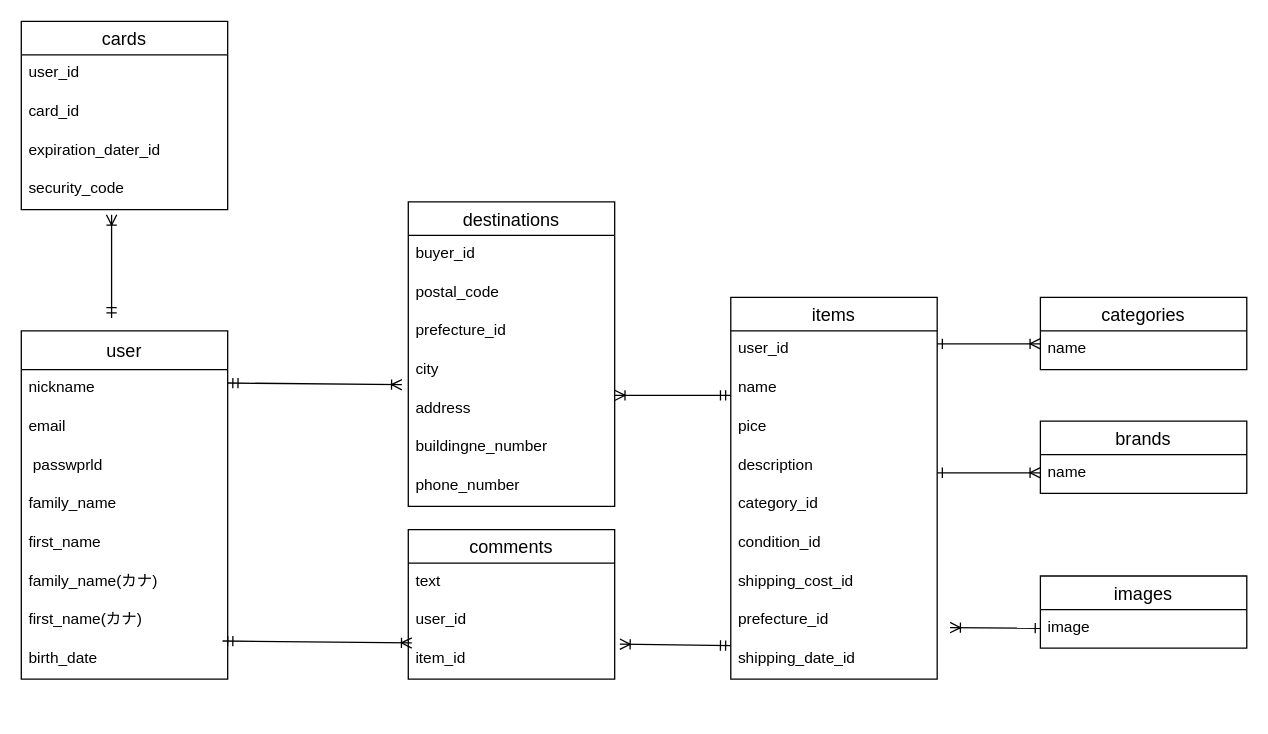
The draw.io diagram furima40335.dio in fujimasa0107/furima40335, before the edit. Source tidied: cells renumbered, new cells numbered last; positions are measured from the earlier drawing's top-left corner, leaving out a move shared by most shapes. Both pictures are drawn from the tidied source at 129%, with x=0, y=0 at pixel (21, 21).
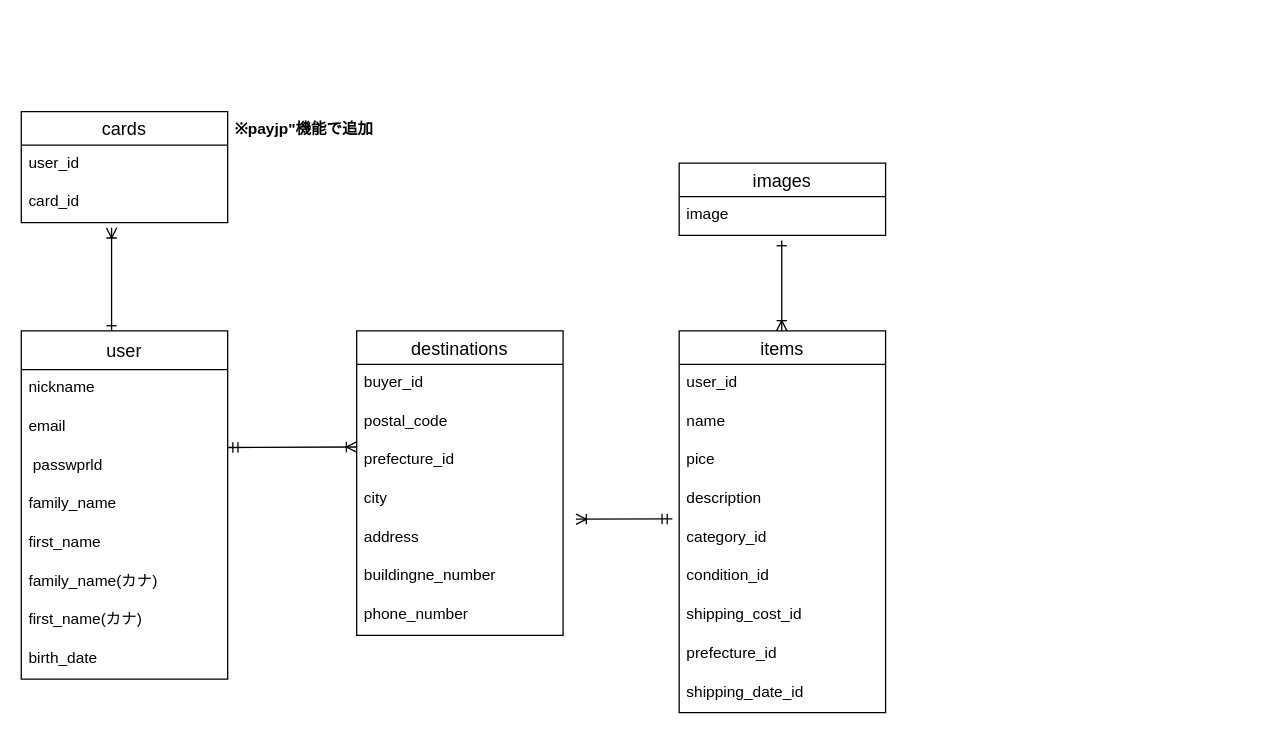
Above is the later version.

Unchanged cells that the change refers to:
```xml
<mxCell id="6" value="city" style="text;strokeColor=none;fillColor=none;spacingLeft=4;spacingRight=4;overflow=hidden;points=[[0,0.5],[1,0.5]];portConstraint=eastwest;fontSize=12;" parent="2" vertex="1">
  <mxGeometry y="116" width="160" height="30" as="geometry" />
</mxCell>
<mxCell id="7" value="address" style="text;strokeColor=none;fillColor=none;spacingLeft=4;spacingRight=4;overflow=hidden;points=[[0,0.5],[1,0.5]];portConstraint=eastwest;fontSize=12;" parent="2" vertex="1">
  <mxGeometry y="146" width="160" height="30" as="geometry" />
</mxCell>
<mxCell id="15" value="category_id" style="text;strokeColor=none;fillColor=none;spacingLeft=4;spacingRight=4;overflow=hidden;points=[[0,0.5],[1,0.5]];portConstraint=eastwest;fontSize=12;" parent="10" vertex="1">
  <mxGeometry y="146" width="160" height="30" as="geometry" />
</mxCell>
<mxCell id="19" value="shipping_date_id&#10;" style="text;strokeColor=none;fillColor=none;spacingLeft=4;spacingRight=4;overflow=hidden;points=[[0,0.5],[1,0.5]];portConstraint=eastwest;fontSize=12;" parent="10" vertex="1">
  <mxGeometry y="266" width="160" height="30" as="geometry" />
</mxCell>
<mxCell id="28" value="birth_date" style="text;strokeColor=none;fillColor=none;spacingLeft=4;spacingRight=4;overflow=hidden;points=[[0,0.5],[1,0.5]];portConstraint=eastwest;fontSize=12;" parent="20" vertex="1">
  <mxGeometry y="240" width="160" height="30" as="geometry" />
</mxCell>
```

Diff of the diagram source:
```diff
@@
     <mxCell id="2" value="destinations" style="swimlane;fontStyle=0;horizontal=1;startSize=26;align=center;fontSize=14;" parent="1" vertex="1">
-      <mxGeometry x="300" y="140" width="160" height="236" as="geometry" />
+      <mxGeometry x="260" y="240" width="160" height="236" as="geometry" />
     </mxCell>
@@
     <mxCell id="10" value="items" style="swimlane;fontStyle=0;horizontal=1;startSize=26;align=center;fontSize=14;" parent="1" vertex="1">
-      <mxGeometry x="550" y="214" width="160" height="296" as="geometry" />
+      <mxGeometry x="510" y="240" width="160" height="296" as="geometry" />
     </mxCell>
@@
-    <mxCell id="29" value="comments" style="swimlane;fontStyle=0;horizontal=1;startSize=26;align=center;fontSize=14;" parent="1" vertex="1">
-      <mxGeometry x="300" y="394" width="160" height="116" as="geometry" />
-    </mxCell>
-    <mxCell id="30" value="text" style="text;strokeColor=none;fillColor=none;spacingLeft=4;spacingRight=4;overflow=hidden;fontSize=12;" parent="29" vertex="1">
-      <mxGeometry y="26" width="160" height="30" as="geometry" />
-    </mxCell>
-    <mxCell id="31" value="user_id" style="text;strokeColor=none;fillColor=none;spacingLeft=4;spacingRight=4;overflow=hidden;fontSize=12;" parent="29" vertex="1">
-      <mxGeometry y="56" width="160" height="30" as="geometry" />
-    </mxCell>
-    <mxCell id="32" value="item_id" style="text;strokeColor=none;fillColor=none;spacingLeft=4;spacingRight=4;overflow=hidden;points=[[0,0.5],[1,0.5]];portConstraint=eastwest;fontSize=12;" parent="29" vertex="1">
-      <mxGeometry y="86" width="160" height="30" as="geometry" />
-    </mxCell>
-    <mxCell id="33" style="fontSize=12;html=1;endArrow=ERoneToMany;startArrow=ERmandOne;exitX=0;exitY=0.133;exitDx=0;exitDy=0;exitPerimeter=0;entryX=1.025;entryY=0.095;entryDx=0;entryDy=0;entryPerimeter=0;" parent="1" edge="1" source="19" target="32">
-      <mxGeometry relative="1" as="geometry" />
-    </mxCell>
-    <mxCell id="34" style="fontSize=12;html=1;endArrow=ERoneToMany;startArrow=ERmandOne;strokeColor=default;endSize=6;jumpSize=6;exitX=0.975;exitY=0.013;exitDx=0;exitDy=0;exitPerimeter=0;entryX=0.017;entryY=0.064;entryDx=0;entryDy=0;entryPerimeter=0;" parent="1" edge="1" source="28" target="32">
-      <mxGeometry relative="1" as="geometry" />
-    </mxCell>
     <mxCell id="35" value="cards" style="swimlane;fontStyle=0;horizontal=1;startSize=26;align=center;fontSize=14;" parent="1" vertex="1">
-      <mxGeometry width="160" height="146" as="geometry" />
+      <mxGeometry y="70" width="160" height="86" as="geometry" />
     </mxCell>
@@
-    <mxCell id="38" value="expiration_dater_id" style="text;strokeColor=none;fillColor=none;spacingLeft=4;spacingRight=4;overflow=hidden;fontSize=12;" parent="35" vertex="1">
-      <mxGeometry y="86" width="160" height="30" as="geometry" />
-    </mxCell>
-    <mxCell id="39" value="security_code" style="text;strokeColor=none;fillColor=none;spacingLeft=4;spacingRight=4;overflow=hidden;fontSize=12;" parent="35" vertex="1">
-      <mxGeometry y="116" width="160" height="30" as="geometry" />
-    </mxCell>
-    <mxCell id="40" value="categories" style="swimlane;fontStyle=0;horizontal=1;startSize=26;align=center;fontSize=14;" parent="1" vertex="1">
-      <mxGeometry x="790" y="214" width="160" height="56" as="geometry" />
-    </mxCell>
-    <mxCell id="41" value="name" style="text;strokeColor=none;fillColor=none;spacingLeft=4;spacingRight=4;overflow=hidden;fontSize=12;" parent="40" vertex="1">
-      <mxGeometry y="26" width="160" height="30" as="geometry" />
-    </mxCell>
     <mxCell id="42" value="images" style="swimlane;fontStyle=0;horizontal=1;startSize=26;align=center;fontSize=14;" parent="1" vertex="1">
-      <mxGeometry x="790" y="430" width="160" height="56" as="geometry" />
+      <mxGeometry x="510" y="110" width="160" height="56" as="geometry" />
     </mxCell>
@@
-    <mxCell id="44" style="fontSize=12;html=1;endArrow=ERoneToMany;strokeColor=default;endSize=6;jumpSize=6;startArrow=ERone;startFill=0;endFill=0;" parent="1" edge="1">
-      <mxGeometry relative="1" as="geometry">
-        <mxPoint x="710" y="250" as="sourcePoint" />
-        <mxPoint x="790" y="250" as="targetPoint" />
-        <Array as="points">
-          <mxPoint x="740" y="250" />
-        </Array>
-      </mxGeometry>
-    </mxCell>
     <mxCell id="45" style="fontSize=12;html=1;endArrow=ERone;strokeColor=default;endSize=6;jumpSize=6;endFill=0;startArrow=ERoneToMany;startFill=0;" parent="1" edge="1">
       <mxGeometry relative="1" as="geometry">
-        <mxPoint x="720" y="470" as="sourcePoint" />
-        <mxPoint x="790" y="470.5" as="targetPoint" />
+        <mxPoint x="589.5" y="240" as="sourcePoint" />
+        <mxPoint x="589.5" y="170" as="targetPoint" />
       </mxGeometry>
     </mxCell>
-    <mxCell id="46" value="brands" style="swimlane;fontStyle=0;horizontal=1;startSize=26;align=center;fontSize=14;" parent="1" vertex="1">
-      <mxGeometry x="790" y="310" width="160" height="56" as="geometry" />
-    </mxCell>
-    <mxCell id="47" value="name" style="text;strokeColor=none;fillColor=none;spacingLeft=4;spacingRight=4;overflow=hidden;fontSize=12;" parent="46" vertex="1">
-      <mxGeometry y="26" width="160" height="30" as="geometry" />
-    </mxCell>
-    <mxCell id="48" style="fontSize=12;html=1;endArrow=ERoneToMany;startArrow=ERmandOne;entryX=1;entryY=0.133;entryDx=0;entryDy=0;entryPerimeter=0;" parent="1" edge="1" target="7">
+    <mxCell id="48" style="fontSize=12;html=1;endArrow=ERoneToMany;startArrow=ERmandOne;exitX=-0.033;exitY=-0.007;exitDx=0;exitDy=0;exitPerimeter=0;" parent="1" edge="1" source="15">
       <mxGeometry relative="1" as="geometry">
-        <mxPoint x="550" y="290" as="sourcePoint" />
+        <mxPoint x="430" y="386" as="targetPoint" />
       </mxGeometry>
     </mxCell>
-    <mxCell id="49" style="fontSize=12;html=1;endArrow=ERoneToMany;startArrow=ERmandOne;strokeColor=default;endSize=6;jumpSize=6;exitX=0.975;exitY=0.013;exitDx=0;exitDy=0;exitPerimeter=0;entryX=-0.031;entryY=0.858;entryDx=0;entryDy=0;entryPerimeter=0;" parent="1" edge="1" target="6">
+    <mxCell id="49" style="fontSize=12;html=1;endArrow=ERoneToMany;startArrow=ERmandOne;strokeColor=default;endSize=6;jumpSize=6;exitX=0.975;exitY=0.013;exitDx=0;exitDy=0;exitPerimeter=0;" parent="1" edge="1">
       <mxGeometry relative="1" as="geometry">
-        <mxPoint x="160" y="280.4" as="sourcePoint" />
+        <mxPoint x="160" y="330.4" as="sourcePoint" />
+        <mxPoint x="260" y="330" as="targetPoint" />
       </mxGeometry>
     </mxCell>
-    <mxCell id="50" style="fontSize=12;html=1;endArrow=ERoneToMany;strokeColor=default;endSize=6;jumpSize=6;startArrow=ERone;startFill=0;endFill=0;" parent="1" edge="1">
-      <mxGeometry relative="1" as="geometry">
-        <mxPoint x="710" y="350" as="sourcePoint" />
-        <mxPoint x="790" y="350" as="targetPoint" />
-        <Array as="points">
-          <mxPoint x="740" y="350" />
-        </Array>
-      </mxGeometry>
-    </mxCell>
-    <mxCell id="51" style="fontSize=12;html=1;endArrow=ERoneToMany;startArrow=ERmandOne;entryX=1;entryY=0.133;entryDx=0;entryDy=0;entryPerimeter=0;" parent="1" edge="1">
-      <mxGeometry relative="1" as="geometry">
-        <mxPoint x="70" y="230" as="sourcePoint" />
-        <mxPoint x="70" y="150" as="targetPoint" />
-      </mxGeometry>
-    </mxCell>
+    <mxCell id="52" style="fontSize=12;html=1;endArrow=ERone;strokeColor=default;endSize=6;jumpSize=6;endFill=0;startArrow=ERoneToMany;startFill=0;" parent="1" edge="1">
+      <mxGeometry relative="1" as="geometry">
+        <mxPoint x="70" y="160" as="sourcePoint" />
+        <mxPoint x="70" y="240" as="targetPoint" />
+      </mxGeometry>
+    </mxCell>
+    <mxCell id="53" value="※payjp&quot;機能で追加" style="text;strokeColor=none;fillColor=none;spacingLeft=4;spacingRight=4;overflow=hidden;fontSize=12;fontStyle=1;" parent="1" vertex="1">
+      <mxGeometry x="160" y="70" width="140" height="50" as="geometry" />
+    </mxCell>
```
